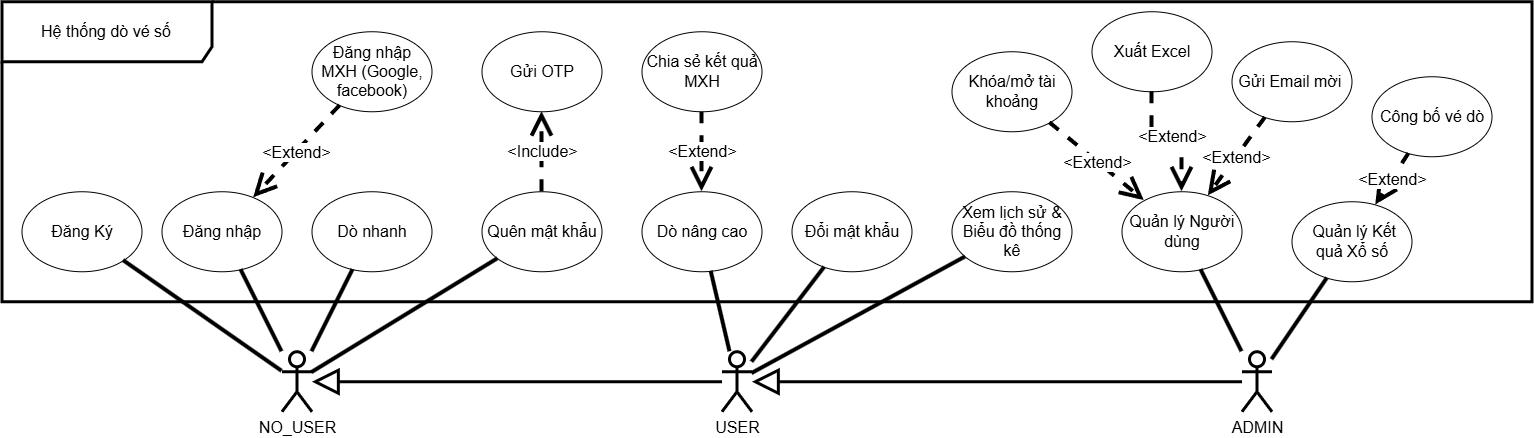
Stratoze/lab301 keeps this draw.io diagram as Task 9/Presentation/images/usecase-diagram.png. Above is the earlier version. Source tidied: cells renumbered, new cells last; positions are measured from the earlier drawing's top-left corner, leaving out a move shared by most shapes. Its diagram source:
```xml
<mxGraphModel>
  <root>
    <mxCell id="0" />
    <mxCell id="1" parent="0" />
    <mxCell id="2" style="edgeStyle=orthogonalEdgeStyle;rounded=0;jettySize=auto;html=1;endArrow=block;endFill=0;endSize=20;startSize=20;strokeWidth=3;fontSize=16;" parent="1" edge="1" source="3" target="5">
      <mxGeometry relative="1" as="geometry" />
    </mxCell>
    <mxCell id="3" value="&lt;div&gt;ADMIN&lt;/div&gt;" style="shape=umlActor;verticalLabelPosition=bottom;verticalAlign=top;html=1;outlineConnect=0;strokeWidth=3;fontSize=16;" parent="1" vertex="1">
      <mxGeometry x="1240" y="350" width="30" height="60" as="geometry" />
    </mxCell>
    <mxCell id="4" style="edgeStyle=orthogonalEdgeStyle;rounded=0;jettySize=auto;html=1;endArrow=block;endFill=0;endSize=20;startSize=20;strokeWidth=3;fontSize=16;" parent="1" edge="1" source="5" target="6">
      <mxGeometry relative="1" as="geometry" />
    </mxCell>
    <mxCell id="5" value="&lt;div&gt;USER&lt;/div&gt;" style="shape=umlActor;verticalLabelPosition=bottom;verticalAlign=top;html=1;outlineConnect=0;strokeWidth=3;fontSize=16;" parent="1" vertex="1">
      <mxGeometry x="720" y="350" width="30" height="60" as="geometry" />
    </mxCell>
    <mxCell id="6" value="&lt;div&gt;NO&lt;span style=&quot;background-color: transparent; color: light-dark(rgb(0, 0, 0), rgb(255, 255, 255));&quot;&gt;_USER&lt;/span&gt;&lt;/div&gt;" style="shape=umlActor;verticalLabelPosition=bottom;verticalAlign=top;html=1;outlineConnect=0;strokeWidth=3;fontSize=16;" parent="1" vertex="1">
      <mxGeometry x="280" y="350" width="30" height="60" as="geometry" />
    </mxCell>
    <mxCell id="7" value="Dò nhanh" style="ellipse;whiteSpace=wrap;html=1;fontSize=16;flipV=0;legacyAnchorPoints=0;flipH=0;" parent="1" vertex="1">
      <mxGeometry x="310" y="190" width="120" height="80" as="geometry" />
    </mxCell>
    <mxCell id="8" value="Đăng Ký" style="ellipse;whiteSpace=wrap;html=1;fontSize=16;flipV=0;legacyAnchorPoints=0;flipH=0;" parent="1" vertex="1">
      <mxGeometry x="20" y="190" width="120" height="80" as="geometry" />
    </mxCell>
    <mxCell id="9" value="Đăng nhập" style="ellipse;whiteSpace=wrap;html=1;fontSize=16;flipV=0;legacyAnchorPoints=0;flipH=0;" parent="1" vertex="1">
      <mxGeometry x="160" y="190" width="120" height="80" as="geometry" />
    </mxCell>
    <mxCell id="10" value="Quên mật khẩu" style="ellipse;whiteSpace=wrap;html=1;fontSize=16;flipV=0;legacyAnchorPoints=0;flipH=0;" parent="1" vertex="1">
      <mxGeometry x="480" y="190" width="120" height="80" as="geometry" />
    </mxCell>
    <mxCell id="11" value="Dò nâng cao" style="ellipse;whiteSpace=wrap;html=1;fontSize=16;" parent="1" vertex="1">
      <mxGeometry x="640" y="190" width="120" height="80" as="geometry" />
    </mxCell>
    <mxCell id="12" value="Đổi mật khẩu" style="ellipse;whiteSpace=wrap;html=1;fontSize=16;" parent="1" vertex="1">
      <mxGeometry x="790" y="190" width="120" height="80" as="geometry" />
    </mxCell>
    <mxCell id="13" value="Xem lịch sử &amp;amp; Biểu đồ thống kê" style="ellipse;whiteSpace=wrap;html=1;fontSize=16;" parent="1" vertex="1">
      <mxGeometry x="950" y="190" width="120" height="80" as="geometry" />
    </mxCell>
    <mxCell id="14" value="Quản lý Người dùng" style="ellipse;whiteSpace=wrap;html=1;fontSize=16;" parent="1" vertex="1">
      <mxGeometry x="1120" y="190" width="120" height="80" as="geometry" />
    </mxCell>
    <mxCell id="15" value="&amp;nbsp;Quản lý Kết quả Xổ số" style="ellipse;whiteSpace=wrap;html=1;fontSize=16;" parent="1" vertex="1">
      <mxGeometry x="1290" y="200" width="120" height="80" as="geometry" />
    </mxCell>
    <mxCell id="16" style="edgeStyle=none;rounded=0;jettySize=auto;html=1;endArrow=none;endFill=0;strokeWidth=4;fontSize=16;" parent="1" edge="1" source="6" target="9">
      <mxGeometry relative="1" as="geometry" />
    </mxCell>
    <mxCell id="17" style="edgeStyle=none;rounded=0;jettySize=auto;html=1;endArrow=none;endFill=0;strokeWidth=4;fontSize=16;" parent="1" edge="1" source="6" target="8">
      <mxGeometry relative="1" as="geometry" />
    </mxCell>
    <mxCell id="18" style="edgeStyle=none;rounded=0;jettySize=auto;html=1;endArrow=none;endFill=0;strokeWidth=4;fontSize=16;" parent="1" edge="1" source="6" target="7">
      <mxGeometry relative="1" as="geometry" />
    </mxCell>
    <mxCell id="19" style="edgeStyle=none;rounded=0;jettySize=auto;html=1;endArrow=none;endFill=0;strokeWidth=4;fontSize=16;" parent="1" edge="1" source="6" target="10">
      <mxGeometry relative="1" as="geometry" />
    </mxCell>
    <mxCell id="20" style="edgeStyle=none;rounded=0;jettySize=auto;html=1;endArrow=none;endFill=0;strokeWidth=4;fontSize=16;" parent="1" edge="1" source="5" target="12">
      <mxGeometry relative="1" as="geometry" />
    </mxCell>
    <mxCell id="21" style="edgeStyle=none;rounded=0;jettySize=auto;html=1;endArrow=none;endFill=0;strokeWidth=4;fontSize=16;" parent="1" edge="1" source="5" target="13">
      <mxGeometry relative="1" as="geometry" />
    </mxCell>
    <mxCell id="22" value="Hệ thống dò vé số" style="shape=umlFrame;whiteSpace=wrap;html=1;width=210;height=60;strokeWidth=3;fontSize=16;" parent="1" vertex="1">
      <mxGeometry width="1530" height="300" as="geometry" />
    </mxCell>
    <mxCell id="23" style="edgeStyle=none;rounded=0;jettySize=auto;html=1;endArrow=none;endFill=0;strokeWidth=4;fontSize=16;" parent="1" edge="1" source="3" target="15">
      <mxGeometry relative="1" as="geometry" />
    </mxCell>
    <mxCell id="24" style="edgeStyle=none;rounded=0;jettySize=auto;html=1;endArrow=none;endFill=0;strokeWidth=4;fontSize=16;" parent="1" edge="1" source="3" target="14">
      <mxGeometry relative="1" as="geometry" />
    </mxCell>
    <mxCell id="25" style="edgeStyle=none;rounded=0;jettySize=auto;html=1;endArrow=none;endFill=0;strokeWidth=4;fontSize=16;" parent="1" edge="1" source="5" target="11">
      <mxGeometry relative="1" as="geometry" />
    </mxCell>
    <mxCell id="26" value="&amp;lt;Extend&amp;gt;" style="edgeStyle=orthogonalEdgeStyle;rounded=0;jettySize=auto;html=1;strokeWidth=4;endArrow=open;endFill=0;startSize=16;endSize=16;dashed=1;fontSize=16;" parent="1" edge="1" source="27" target="11">
      <mxGeometry relative="1" as="geometry" />
    </mxCell>
    <mxCell id="27" value="Chia sẻ kết quả MXH" style="ellipse;whiteSpace=wrap;html=1;fontSize=16;" parent="1" vertex="1">
      <mxGeometry x="640" y="30" width="120" height="80" as="geometry" />
    </mxCell>
    <mxCell id="28" value="Xuất Excel" style="ellipse;whiteSpace=wrap;html=1;fontSize=16;" parent="1" vertex="1">
      <mxGeometry x="1090" y="10" width="120" height="80" as="geometry" />
    </mxCell>
    <mxCell id="29" value="&amp;lt;Extend&amp;gt;" style="edgeStyle=orthogonalEdgeStyle;rounded=0;jettySize=auto;html=1;strokeWidth=4;endArrow=open;endFill=0;startSize=16;endSize=16;dashed=1;fontSize=16;" parent="1" edge="1" source="28" target="14">
      <mxGeometry x="0.01" relative="1" as="geometry" />
    </mxCell>
    <mxCell id="30" value="Gửi OTP" style="ellipse;whiteSpace=wrap;html=1;fontSize=16;flipV=0;legacyAnchorPoints=0;flipH=0;" parent="1" vertex="1">
      <mxGeometry x="480" y="30" width="120" height="80" as="geometry" />
    </mxCell>
    <mxCell id="31" value="Gửi Email mời&amp;nbsp;" style="ellipse;whiteSpace=wrap;html=1;fontSize=16;" parent="1" vertex="1">
      <mxGeometry x="1230" y="40" width="120" height="80" as="geometry" />
    </mxCell>
    <mxCell id="32" value="&amp;lt;Include&amp;gt;" style="edgeStyle=orthogonalEdgeStyle;rounded=0;jettySize=auto;html=1;strokeWidth=4;endArrow=open;endFill=0;startSize=16;endSize=16;dashed=1;fontSize=16;" parent="1" edge="1" source="10" target="30">
      <mxGeometry relative="1" as="geometry" />
    </mxCell>
    <mxCell id="33" value="&amp;lt;Extend&amp;gt;" style="rounded=0;jettySize=auto;html=1;strokeWidth=4;endArrow=open;endFill=0;startSize=16;endSize=16;dashed=1;fontSize=16;" parent="1" edge="1" source="31" target="14">
      <mxGeometry x="0.01" relative="1" as="geometry" />
    </mxCell>
    <mxCell id="34" value="Khóa/mở tài khoảng" style="ellipse;whiteSpace=wrap;html=1;fontSize=16;" parent="1" vertex="1">
      <mxGeometry x="950" y="50" width="120" height="80" as="geometry" />
    </mxCell>
    <mxCell id="35" value="&amp;lt;Extend&amp;gt;" style="rounded=0;jettySize=auto;html=1;strokeWidth=4;endArrow=open;endFill=0;startSize=16;endSize=16;dashed=1;fontSize=16;" parent="1" edge="1" source="34" target="14">
      <mxGeometry x="0.01" relative="1" as="geometry" />
    </mxCell>
    <mxCell id="36" value="Công bố vé dò" style="ellipse;whiteSpace=wrap;html=1;fontSize=16;" parent="1" vertex="1">
      <mxGeometry x="1370" y="75" width="120" height="80" as="geometry" />
    </mxCell>
    <mxCell id="37" value="&amp;lt;Extend&amp;gt;" style="rounded=0;jettySize=auto;html=1;strokeWidth=4;endArrow=open;endFill=0;startSize=16;endSize=16;dashed=1;fontSize=16;" parent="1" edge="1" source="36" target="15">
      <mxGeometry x="0.01" relative="1" as="geometry" />
    </mxCell>
    <mxCell id="38" value="Đăng nhập MXH (Google, facebook)" style="ellipse;whiteSpace=wrap;html=1;fontSize=16;flipV=0;legacyAnchorPoints=0;flipH=0;" parent="1" vertex="1">
      <mxGeometry x="310" y="30" width="120" height="80" as="geometry" />
    </mxCell>
    <mxCell id="39" value="&amp;lt;Extend&amp;gt;" style="rounded=0;jettySize=auto;html=1;strokeWidth=4;endArrow=open;endFill=0;startSize=16;endSize=16;dashed=1;fontSize=16;" parent="1" edge="1" source="38" target="9">
      <mxGeometry x="0.01" relative="1" as="geometry" />
    </mxCell>
  </root>
</mxGraphModel>
```
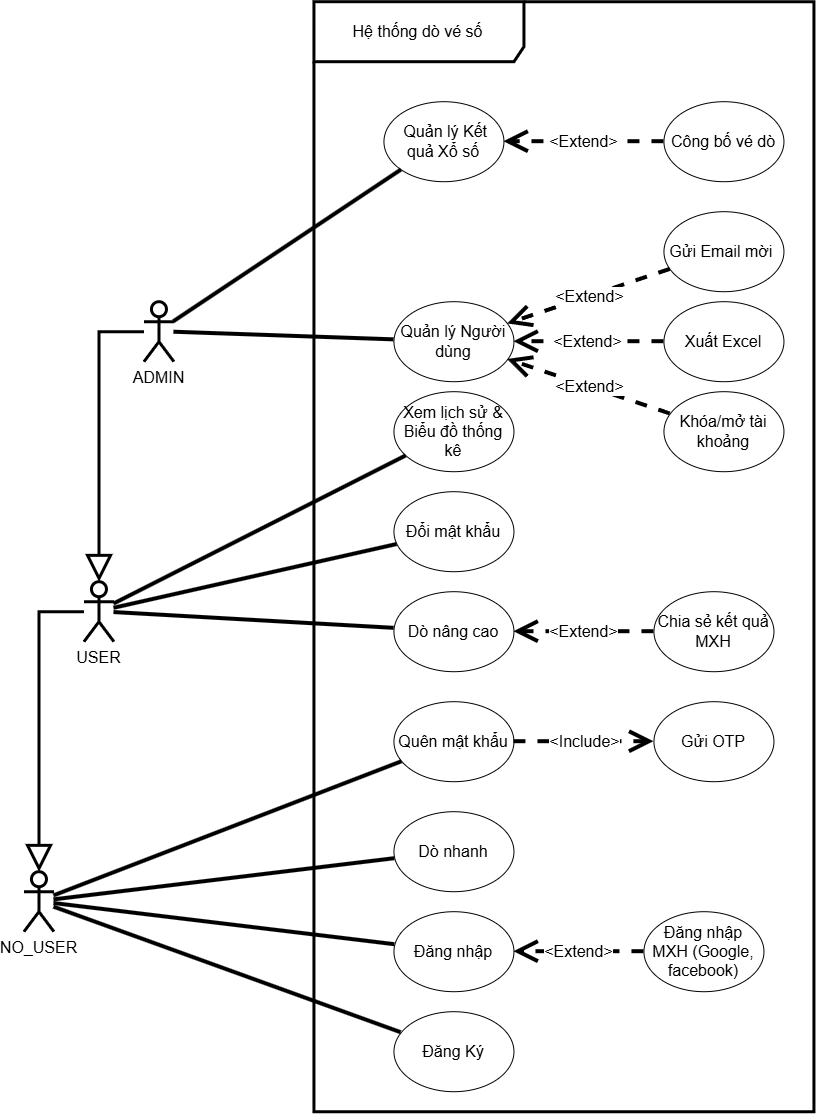
The same diagram one commit later.

Commit message:
update presentation stuff, no more horizontal use case

What changed in the source:
```diff
@@ -6,43 +6,43 @@
       <mxGeometry relative="1" as="geometry" />
     </mxCell>
     <mxCell id="3" value="&lt;div&gt;ADMIN&lt;/div&gt;" style="shape=umlActor;verticalLabelPosition=bottom;verticalAlign=top;html=1;outlineConnect=0;strokeWidth=3;fontSize=16;" parent="1" vertex="1">
-      <mxGeometry x="1240" y="350" width="30" height="60" as="geometry" />
+      <mxGeometry x="250" y="-970" width="30" height="60" as="geometry" />
     </mxCell>
     <mxCell id="4" style="edgeStyle=orthogonalEdgeStyle;rounded=0;jettySize=auto;html=1;endArrow=block;endFill=0;endSize=20;startSize=20;strokeWidth=3;fontSize=16;" parent="1" edge="1" source="5" target="6">
       <mxGeometry relative="1" as="geometry" />
     </mxCell>
     <mxCell id="5" value="&lt;div&gt;USER&lt;/div&gt;" style="shape=umlActor;verticalLabelPosition=bottom;verticalAlign=top;html=1;outlineConnect=0;strokeWidth=3;fontSize=16;" parent="1" vertex="1">
-      <mxGeometry x="720" y="350" width="30" height="60" as="geometry" />
+      <mxGeometry x="190" y="-690" width="30" height="60" as="geometry" />
     </mxCell>
     <mxCell id="6" value="&lt;div&gt;NO&lt;span style=&quot;background-color: transparent; color: light-dark(rgb(0, 0, 0), rgb(255, 255, 255));&quot;&gt;_USER&lt;/span&gt;&lt;/div&gt;" style="shape=umlActor;verticalLabelPosition=bottom;verticalAlign=top;html=1;outlineConnect=0;strokeWidth=3;fontSize=16;" parent="1" vertex="1">
-      <mxGeometry x="280" y="350" width="30" height="60" as="geometry" />
+      <mxGeometry x="130" y="-400" width="30" height="60" as="geometry" />
     </mxCell>
-    <mxCell id="7" value="Dò nhanh" style="ellipse;whiteSpace=wrap;html=1;fontSize=16;flipV=0;legacyAnchorPoints=0;flipH=0;" parent="1" vertex="1">
-      <mxGeometry x="310" y="190" width="120" height="80" as="geometry" />
+    <mxCell id="7" value="Dò nhanh" style="ellipse;whiteSpace=wrap;html=1;fontSize=16;" parent="1" vertex="1">
+      <mxGeometry x="500" y="-460" width="120" height="80" as="geometry" />
     </mxCell>
-    <mxCell id="8" value="Đăng Ký" style="ellipse;whiteSpace=wrap;html=1;fontSize=16;flipV=0;legacyAnchorPoints=0;flipH=0;" parent="1" vertex="1">
-      <mxGeometry x="20" y="190" width="120" height="80" as="geometry" />
+    <mxCell id="8" value="Đăng Ký" style="ellipse;whiteSpace=wrap;html=1;fontSize=16;" parent="1" vertex="1">
+      <mxGeometry x="500" y="-260" width="120" height="80" as="geometry" />
     </mxCell>
-    <mxCell id="9" value="Đăng nhập" style="ellipse;whiteSpace=wrap;html=1;fontSize=16;flipV=0;legacyAnchorPoints=0;flipH=0;" parent="1" vertex="1">
-      <mxGeometry x="160" y="190" width="120" height="80" as="geometry" />
+    <mxCell id="9" value="Đăng nhập" style="ellipse;whiteSpace=wrap;html=1;fontSize=16;" parent="1" vertex="1">
+      <mxGeometry x="500" y="-360" width="120" height="80" as="geometry" />
     </mxCell>
-    <mxCell id="10" value="Quên mật khẩu" style="ellipse;whiteSpace=wrap;html=1;fontSize=16;flipV=0;legacyAnchorPoints=0;flipH=0;" parent="1" vertex="1">
-      <mxGeometry x="480" y="190" width="120" height="80" as="geometry" />
+    <mxCell id="10" value="Quên mật khẩu" style="ellipse;whiteSpace=wrap;html=1;fontSize=16;" parent="1" vertex="1">
+      <mxGeometry x="500" y="-570" width="120" height="80" as="geometry" />
     </mxCell>
     <mxCell id="11" value="Dò nâng cao" style="ellipse;whiteSpace=wrap;html=1;fontSize=16;" parent="1" vertex="1">
-      <mxGeometry x="640" y="190" width="120" height="80" as="geometry" />
+      <mxGeometry x="500" y="-680" width="120" height="80" as="geometry" />
     </mxCell>
     <mxCell id="12" value="Đổi mật khẩu" style="ellipse;whiteSpace=wrap;html=1;fontSize=16;" parent="1" vertex="1">
-      <mxGeometry x="790" y="190" width="120" height="80" as="geometry" />
+      <mxGeometry x="500" y="-780" width="120" height="80" as="geometry" />
     </mxCell>
     <mxCell id="13" value="Xem lịch sử &amp;amp; Biểu đồ thống kê" style="ellipse;whiteSpace=wrap;html=1;fontSize=16;" parent="1" vertex="1">
-      <mxGeometry x="950" y="190" width="120" height="80" as="geometry" />
+      <mxGeometry x="500" y="-880" width="120" height="80" as="geometry" />
     </mxCell>
     <mxCell id="14" value="Quản lý Người dùng" style="ellipse;whiteSpace=wrap;html=1;fontSize=16;" parent="1" vertex="1">
-      <mxGeometry x="1120" y="190" width="120" height="80" as="geometry" />
+      <mxGeometry x="500" y="-970" width="120" height="80" as="geometry" />
     </mxCell>
     <mxCell id="15" value="&amp;nbsp;Quản lý Kết quả Xổ số" style="ellipse;whiteSpace=wrap;html=1;fontSize=16;" parent="1" vertex="1">
-      <mxGeometry x="1290" y="200" width="120" height="80" as="geometry" />
+      <mxGeometry x="490" y="-1170" width="120" height="80" as="geometry" />
     </mxCell>
     <mxCell id="16" style="edgeStyle=none;rounded=0;jettySize=auto;html=1;endArrow=none;endFill=0;strokeWidth=4;fontSize=16;" parent="1" edge="1" source="6" target="9">
       <mxGeometry relative="1" as="geometry" />
@@ -63,7 +63,7 @@
       <mxGeometry relative="1" as="geometry" />
     </mxCell>
     <mxCell id="22" value="Hệ thống dò vé số" style="shape=umlFrame;whiteSpace=wrap;html=1;width=210;height=60;strokeWidth=3;fontSize=16;" parent="1" vertex="1">
-      <mxGeometry width="1530" height="300" as="geometry" />
+      <mxGeometry x="420" y="-1270" width="500" height="1110" as="geometry" />
     </mxCell>
     <mxCell id="23" style="edgeStyle=none;rounded=0;jettySize=auto;html=1;endArrow=none;endFill=0;strokeWidth=4;fontSize=16;" parent="1" edge="1" source="3" target="15">
       <mxGeometry relative="1" as="geometry" />
@@ -78,19 +78,19 @@
       <mxGeometry relative="1" as="geometry" />
     </mxCell>
     <mxCell id="27" value="Chia sẻ kết quả MXH" style="ellipse;whiteSpace=wrap;html=1;fontSize=16;" parent="1" vertex="1">
-      <mxGeometry x="640" y="30" width="120" height="80" as="geometry" />
+      <mxGeometry x="760" y="-680" width="120" height="80" as="geometry" />
     </mxCell>
     <mxCell id="28" value="Xuất Excel" style="ellipse;whiteSpace=wrap;html=1;fontSize=16;" parent="1" vertex="1">
-      <mxGeometry x="1090" y="10" width="120" height="80" as="geometry" />
+      <mxGeometry x="770" y="-970" width="120" height="80" as="geometry" />
     </mxCell>
     <mxCell id="29" value="&amp;lt;Extend&amp;gt;" style="edgeStyle=orthogonalEdgeStyle;rounded=0;jettySize=auto;html=1;strokeWidth=4;endArrow=open;endFill=0;startSize=16;endSize=16;dashed=1;fontSize=16;" parent="1" edge="1" source="28" target="14">
       <mxGeometry x="0.01" relative="1" as="geometry" />
     </mxCell>
-    <mxCell id="30" value="Gửi OTP" style="ellipse;whiteSpace=wrap;html=1;fontSize=16;flipV=0;legacyAnchorPoints=0;flipH=0;" parent="1" vertex="1">
-      <mxGeometry x="480" y="30" width="120" height="80" as="geometry" />
+    <mxCell id="30" value="Gửi OTP" style="ellipse;whiteSpace=wrap;html=1;fontSize=16;" parent="1" vertex="1">
+      <mxGeometry x="760" y="-570" width="120" height="80" as="geometry" />
     </mxCell>
     <mxCell id="31" value="Gửi Email mời&amp;nbsp;" style="ellipse;whiteSpace=wrap;html=1;fontSize=16;" parent="1" vertex="1">
-      <mxGeometry x="1230" y="40" width="120" height="80" as="geometry" />
+      <mxGeometry x="770" y="-1060" width="120" height="80" as="geometry" />
     </mxCell>
     <mxCell id="32" value="&amp;lt;Include&amp;gt;" style="edgeStyle=orthogonalEdgeStyle;rounded=0;jettySize=auto;html=1;strokeWidth=4;endArrow=open;endFill=0;startSize=16;endSize=16;dashed=1;fontSize=16;" parent="1" edge="1" source="10" target="30">
       <mxGeometry relative="1" as="geometry" />
@@ -99,19 +99,19 @@
       <mxGeometry x="0.01" relative="1" as="geometry" />
     </mxCell>
     <mxCell id="34" value="Khóa/mở tài khoảng" style="ellipse;whiteSpace=wrap;html=1;fontSize=16;" parent="1" vertex="1">
-      <mxGeometry x="950" y="50" width="120" height="80" as="geometry" />
+      <mxGeometry x="770" y="-880" width="120" height="80" as="geometry" />
     </mxCell>
     <mxCell id="35" value="&amp;lt;Extend&amp;gt;" style="rounded=0;jettySize=auto;html=1;strokeWidth=4;endArrow=open;endFill=0;startSize=16;endSize=16;dashed=1;fontSize=16;" parent="1" edge="1" source="34" target="14">
       <mxGeometry x="0.01" relative="1" as="geometry" />
     </mxCell>
     <mxCell id="36" value="Công bố vé dò" style="ellipse;whiteSpace=wrap;html=1;fontSize=16;" parent="1" vertex="1">
-      <mxGeometry x="1370" y="75" width="120" height="80" as="geometry" />
+      <mxGeometry x="770" y="-1170" width="120" height="80" as="geometry" />
     </mxCell>
     <mxCell id="37" value="&amp;lt;Extend&amp;gt;" style="rounded=0;jettySize=auto;html=1;strokeWidth=4;endArrow=open;endFill=0;startSize=16;endSize=16;dashed=1;fontSize=16;" parent="1" edge="1" source="36" target="15">
       <mxGeometry x="0.01" relative="1" as="geometry" />
     </mxCell>
-    <mxCell id="38" value="Đăng nhập MXH (Google, facebook)" style="ellipse;whiteSpace=wrap;html=1;fontSize=16;flipV=0;legacyAnchorPoints=0;flipH=0;" parent="1" vertex="1">
-      <mxGeometry x="310" y="30" width="120" height="80" as="geometry" />
+    <mxCell id="38" value="Đăng nhập MXH (Google, facebook)" style="ellipse;whiteSpace=wrap;html=1;fontSize=16;" parent="1" vertex="1">
+      <mxGeometry x="750" y="-360" width="120" height="80" as="geometry" />
     </mxCell>
     <mxCell id="39" value="&amp;lt;Extend&amp;gt;" style="rounded=0;jettySize=auto;html=1;strokeWidth=4;endArrow=open;endFill=0;startSize=16;endSize=16;dashed=1;fontSize=16;" parent="1" edge="1" source="38" target="9">
       <mxGeometry x="0.01" relative="1" as="geometry" />
```
